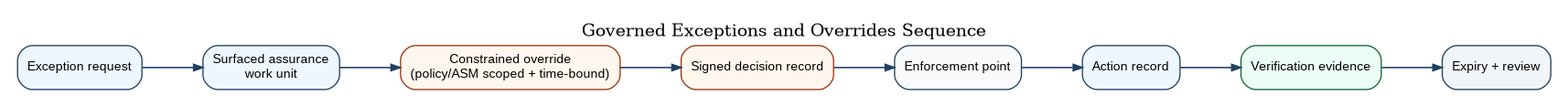
This is papers/caf-ra/diagrams/caf_exception_override_sequence.png from anboas/Whitepaper, a Graphviz export, as it was before one commit. Its source is kept beside it as papers/caf-ra/diagrams-src/caf_exception_override_sequence.dot.
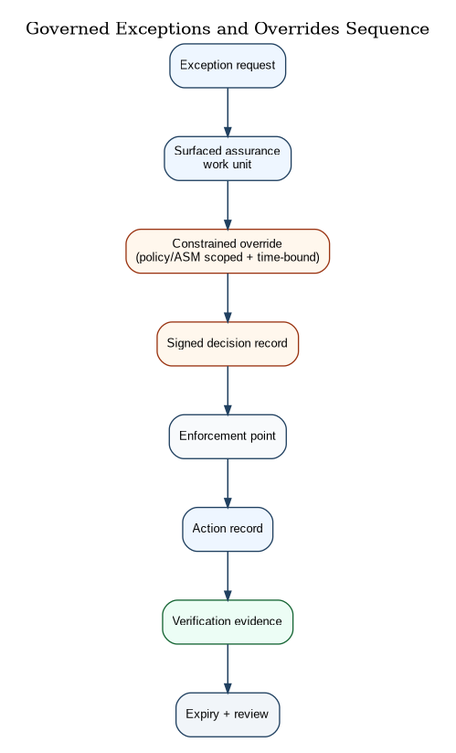
The same file after the commit.

Change to the diagram source:
```diff
@@ -1,16 +1,16 @@
 digraph CAFOverrideSequence {
-  rankdir=LR;
+  rankdir=TB;
   graph [
     bgcolor="white",
-    pad="0.20",
-    nodesep="0.55",
-    ranksep="0.70",
+    pad="0.18",
+    nodesep="0.48",
+    ranksep="0.55",
     labelloc="t",
     label="Governed Exceptions and Overrides Sequence"
   ];
 
-  node [shape=box, style="rounded,filled", fillcolor="#F8FAFC", color="#204060", fontname="Arial", fontsize=10.5];
-  edge [color="#204060", arrowsize=0.75, penwidth=1.2];
+  node [shape=box, style="rounded,filled", fillcolor="#F8FAFC", color="#204060", fontname="Arial", fontsize=10.1];
+  edge [color="#204060", arrowsize=0.72, penwidth=1.15];
 
   Req [label="Exception request", fillcolor="#EEF6FF"];
   Work [label="Surfaced assurance\nwork unit", fillcolor="#EEF6FF"];
```
